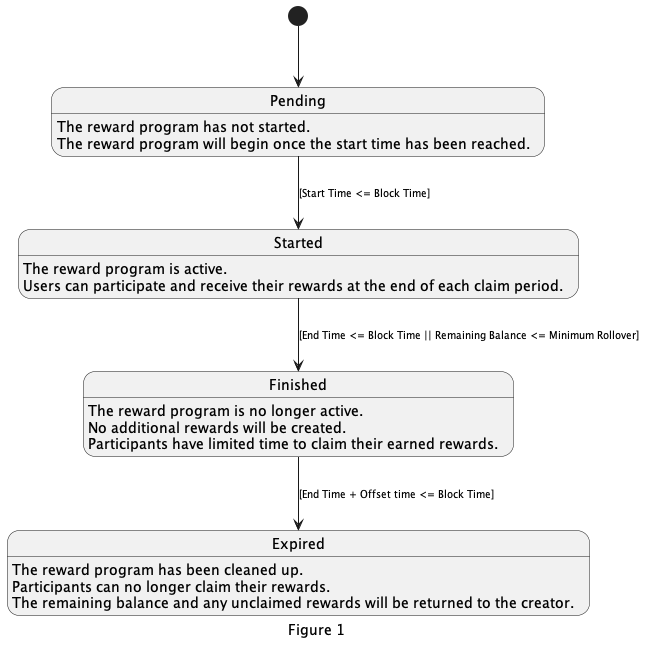
Earlier version of the PlantUML export x/reward/spec/diagrams/reward-program/RewardProgram.png (provenance-io/provenance).
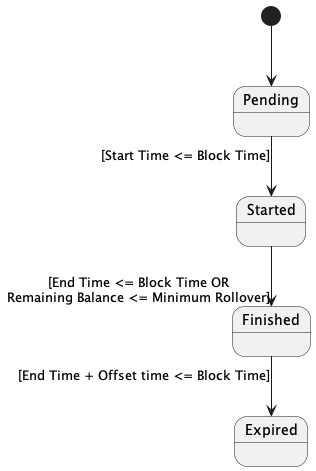
Above is the later version.

Commit message:
Updated state transition documentation for RewardsProgram.

Change to the diagram source:
```diff
@@ -1,31 +1,26 @@
 @startuml RewardProgram
 <style>
+diagram {
     arrow {
         FontSize 10
     }
-    caption {
+    :depth(1) {
+        LineColor: red
+    }
+}
 
-    }
 </style>
-caption Figure 1
+skinparam linetype ortho
+skinparam SequenceMessageAlign center
 
-Pending : The reward program has not started.
-Pending : The reward program will begin once the start time has been reached.
-
-Started : The reward program is active.
-Started : Users can participate and receive their rewards at the end of each claim period.
-
-Finished : The reward program is no longer active.
-Finished : No additional rewards will be created.
-Finished : Participants have limited time to claim their earned rewards.
-
-Expired : The reward program has been cleaned up.
-Expired : Participants can no longer claim their rewards.
-Expired : The remaining balance and any unclaimed rewards will be returned to the creator.
+state Pending
+state Started
+state Finished
+state Expired
 
 [*] -down-> Pending
 Finished -down-> Expired : [End Time + Offset time <= Block Time]
 Pending -down-> Started : [Start Time <= Block Time]
-Started -down-> Finished : [End Time <= Block Time || Remaining Balance <= Minimum Rollover]
+Started -down-> Finished : [End Time <= Block Time OR\nRemaining Balance <= Minimum Rollover]
 
 @enduml
```
